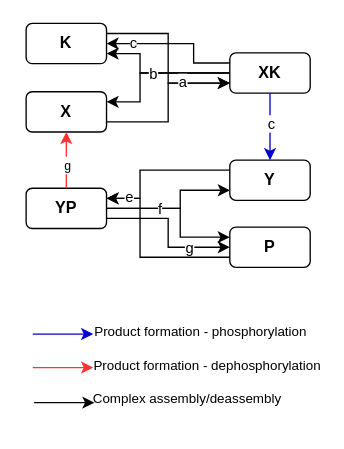
The draw.io diagram diagrams/Model1.drawio in explodecomputer/DynaMR, before the edit. Source tidied: cells renumbered, new cells numbered last; positions are measured from the earlier drawing's top-left corner, leaving out a move shared by most shapes. Both pictures are drawn from the tidied source at 134%, with x=0, y=0 at pixel (25, 23).
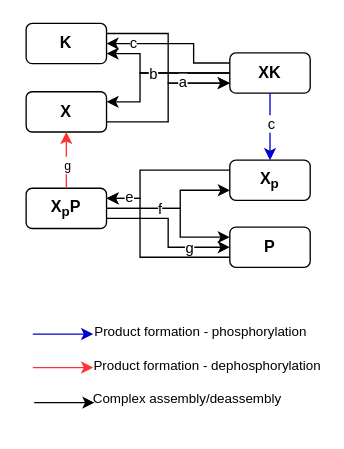
The same diagram, later.

Diff of the diagram source:
```diff
@@
-    <mxCell id="21" value="&lt;b&gt;YP&lt;/b&gt;" style="rounded=1;whiteSpace=wrap;html=1;" parent="1" vertex="1">
+    <mxCell id="21" value="&lt;b&gt;X&lt;sub&gt;p&lt;/sub&gt;P&lt;/b&gt;" style="rounded=1;whiteSpace=wrap;html=1;" parent="1" vertex="1">
       <mxGeometry y="123" width="60" height="30" as="geometry" />
     </mxCell>
@@
-    <mxCell id="23" value="&lt;b&gt;Y&lt;/b&gt;" style="rounded=1;whiteSpace=wrap;html=1;" parent="1" vertex="1">
+    <mxCell id="23" value="&lt;b&gt;X&lt;sub&gt;p&lt;/sub&gt;&lt;/b&gt;" style="rounded=1;whiteSpace=wrap;html=1;" parent="1" vertex="1">
       <mxGeometry x="152" y="102" width="60" height="30" as="geometry" />
     </mxCell>
```
